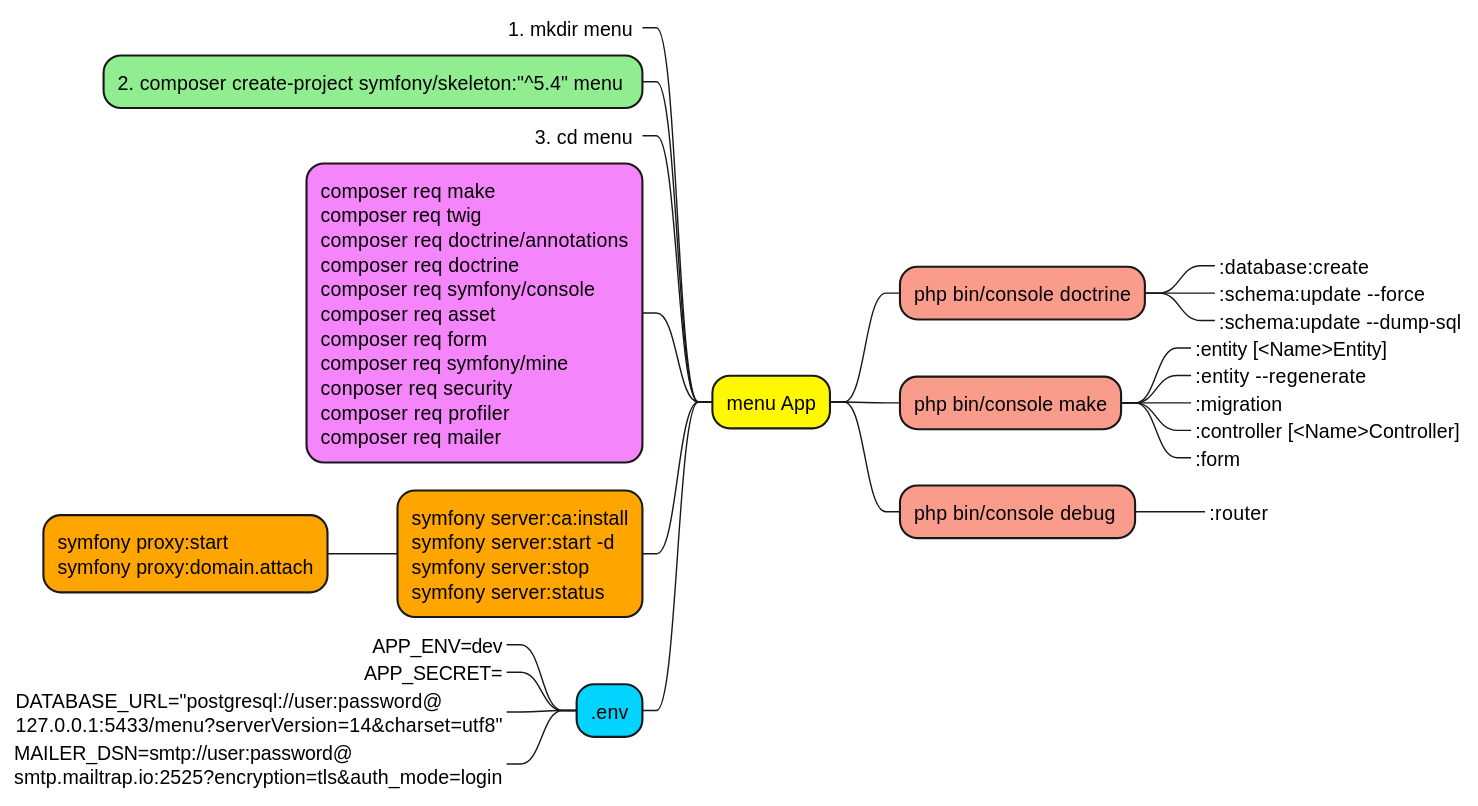
The PlantUML diagram out/public/doc/MMD/MMD.svg in tonisun/menu, before a commit.
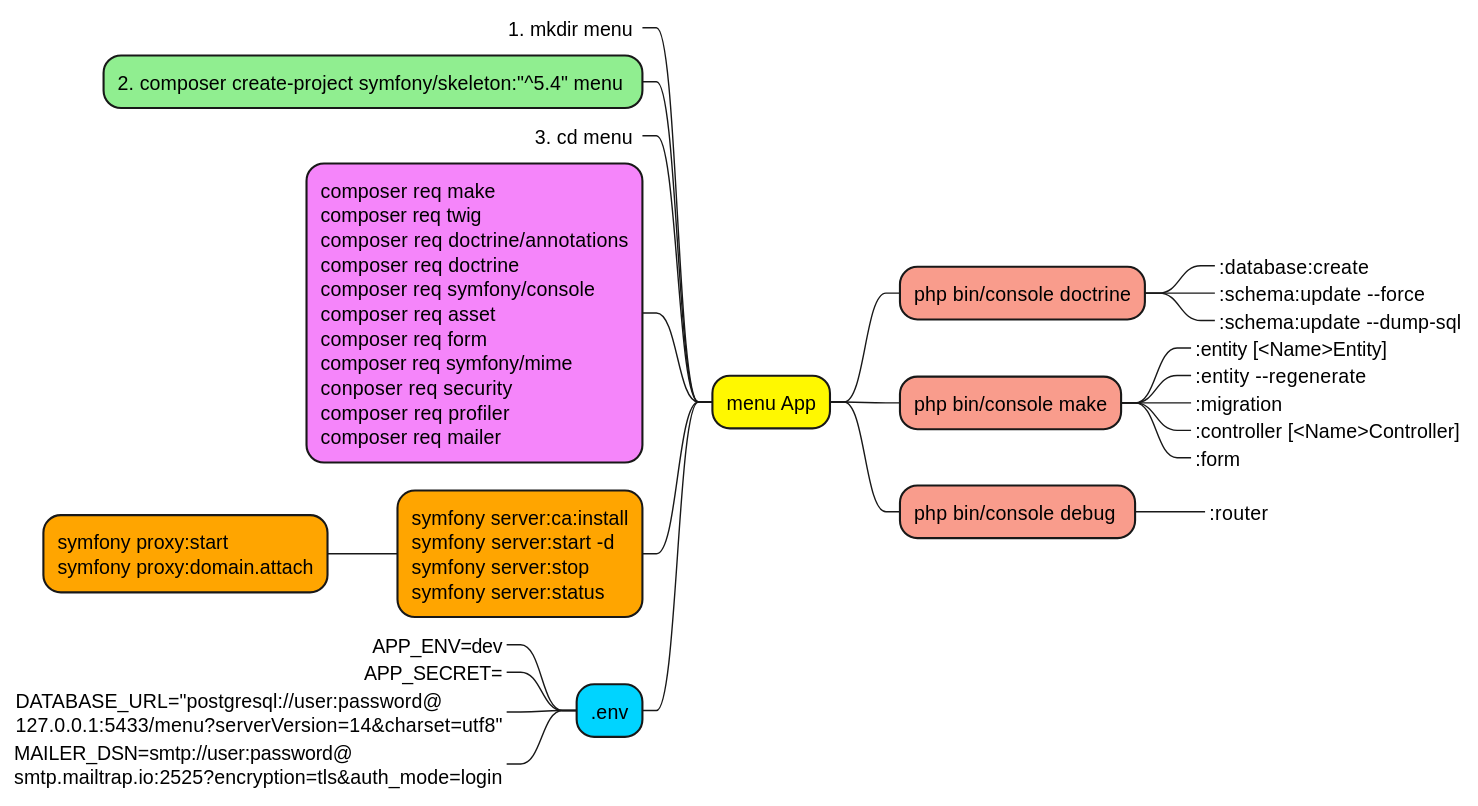
After the commit.

Change to the diagram source:
```diff
@@ -29,7 +29,7 @@
 --_ 1. mkdir menu
 -- 2. composer create-project symfony/skeleton:"^5.4" menu <<green>>
 --_ 3. cd menu <<green>>
--- composer req make\ncomposer req twig\ncomposer req doctrine/annotations\ncomposer req doctrine\ncomposer req symfony/console\ncomposer req asset\ncomposer req form\ncomposer req symfony/mine\nconposer req security\ncomposer req profiler\ncomposer req mailer<<rose>>
+-- composer req make\ncomposer req twig\ncomposer req doctrine/annotations\ncomposer req doctrine\ncomposer req symfony/console\ncomposer req asset\ncomposer req form\ncomposer req symfony/mime\nconposer req security\ncomposer req profiler\ncomposer req mailer<<rose>>
 -- symfony server:ca:install\nsymfony server:start -d\nsymfony server:stop\nsymfony server:status<<orange>>
 --- symfony proxy:start\nsymfony proxy:domain.attach<<orange>>
 -- .env<<blau>>
```
